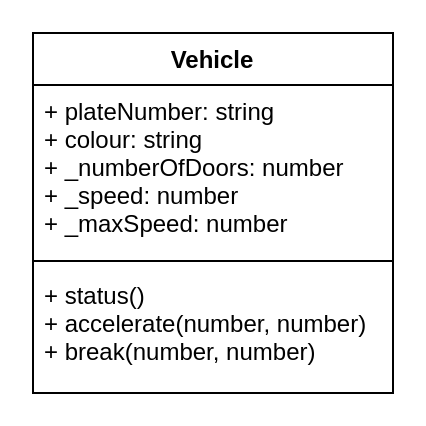
Above: Unit2-05/Design/class.drawio in Samuel-Webster-178/ICS4U-Unit2-Samuel-Webster (draw.io), before the change. Source tidied: cells renumbered, new cells numbered last; positions are measured from the earlier drawing's top-left corner, leaving out a move shared by most shapes. Both pictures are drawn from the tidied source at 200%, with x=0, y=0 at pixel (32, 32).
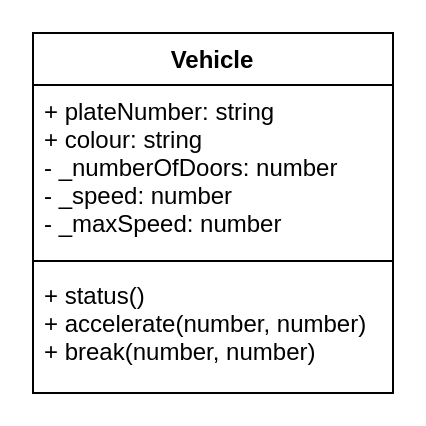
The same diagram, later.

Diff of the diagram source:
```diff
@@
 <mxGraphModel>
   <root>
     <mxCell id="0" />
     <mxCell id="1" parent="0" />
     <mxCell id="2" value="Vehicle" style="swimlane;fontStyle=1;align=center;verticalAlign=top;horizontal=1;startSize=26;" parent="1" vertex="1">
       <mxGeometry width="180" height="180" as="geometry" />
     </mxCell>
-    <mxCell id="3" value="+ plateNumber: string&#10;+ colour: string&#10;+ _numberOfDoors: number&#10;+ _speed: number&#10;+ _maxSpeed: number" style="text;strokeColor=none;fillColor=none;align=left;verticalAlign=top;spacingLeft=4;spacingRight=4;overflow=hidden;" parent="2" vertex="1">
+    <mxCell id="3" value="+ plateNumber: string&#10;+ colour: string&#10;- _numberOfDoors: number&#10;- _speed: number&#10;- _maxSpeed: number" style="text;strokeColor=none;fillColor=none;align=left;verticalAlign=top;spacingLeft=4;spacingRight=4;overflow=hidden;" parent="2" vertex="1">
       <mxGeometry y="26" width="180" height="84" as="geometry" />
     </mxCell>
     <mxCell id="4" style="line;strokeWidth=1;fillColor=none;align=left;verticalAlign=middle;spacingTop=-1;spacingLeft=3;spacingRight=3;labelPosition=right;strokeColor=inherit;" parent="2" vertex="1">
       <mxGeometry y="110" width="180" height="8" as="geometry" />
     </mxCell>
     <mxCell id="5" value="+ status()&#10;+ accelerate(number, number)&#10;+ break(number, number)" style="text;strokeColor=none;fillColor=none;align=left;verticalAlign=top;spacingLeft=4;spacingRight=4;overflow=hidden;" parent="2" vertex="1">
       <mxGeometry y="118" width="180" height="62" as="geometry" />
     </mxCell>
   </root>
 </mxGraphModel>
```
